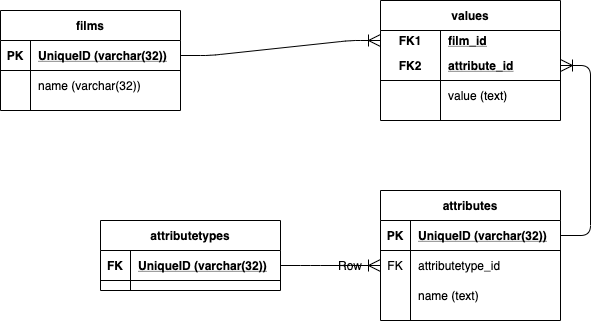
otusteamedu/PHP_2024 keeps this draw.io diagram as Schema.png. Above is the earlier version. Source tidied: cells renumbered, new cells last; positions are measured from the earlier drawing's top-left corner, leaving out a move shared by most shapes.
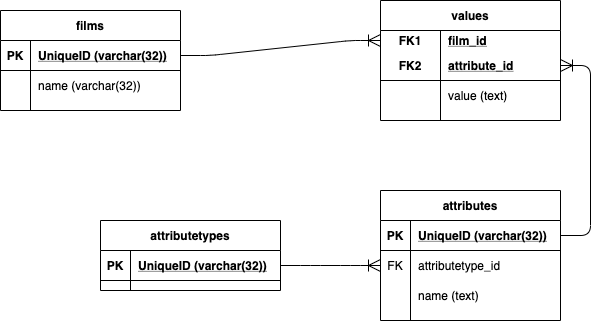
The same file after the commit.

The edit, as a diff of the source:
```diff
@@ -59,7 +59,7 @@
     <mxCell id="20" style="shape=partialRectangle;fillColor=none;top=0;left=0;bottom=1;right=0;points=[[0,0.5],[1,0.5]];portConstraint=eastwest;" parent="19" vertex="1">
       <mxGeometry y="30" width="180" height="30" as="geometry" />
     </mxCell>
-    <mxCell id="21" value="FK" style="shape=partialRectangle;fillColor=none;top=0;left=0;bottom=0;right=0;fontStyle=1;overflow=hidden;" parent="20" vertex="1">
+    <mxCell id="21" value="PK" style="shape=partialRectangle;fillColor=none;top=0;left=0;bottom=0;right=0;fontStyle=1;overflow=hidden;" parent="20" vertex="1">
       <mxGeometry width="30" height="30" as="geometry" />
     </mxCell>
     <mxCell id="22" value="UniqueID (varchar(32))" style="shape=partialRectangle;fillColor=none;top=0;left=0;bottom=0;right=0;align=left;spacingLeft=6;fontStyle=5;overflow=hidden;" parent="20" vertex="1">
@@ -104,17 +104,5 @@
     <mxCell id="35" style="edgeStyle=entityRelationEdgeStyle;fontSize=12;html=1;endArrow=ERoneToMany;exitX=1;exitY=0.5;exitDx=0;exitDy=0;entryX=0;entryY=0.5;entryDx=0;entryDy=0;endSize=10;" parent="1" edge="1" source="20" target="27">
       <mxGeometry relative="1" as="geometry" />
     </mxCell>
-    <mxCell id="36" style="shape=table;startSize=0;rowLines=0;fontStyle=0;align=center;strokeColor=none;fillColor=none;" parent="1" vertex="1">
-      <mxGeometry x="300" y="250" width="180" height="30" as="geometry" />
-    </mxCell>
-    <mxCell id="37" style="shape=partialRectangle;fillColor=none;top=0;left=0;bottom=0;right=0;" parent="36" vertex="1">
-      <mxGeometry width="180" height="30" as="geometry" />
-    </mxCell>
-    <mxCell id="38" style="shape=partialRectangle;fillColor=none;top=0;left=0;bottom=0;right=0;overflow=hidden;" parent="37" vertex="1">
-      <mxGeometry width="30" height="30" as="geometry" />
-    </mxCell>
-    <mxCell id="39" value="Row" style="shape=partialRectangle;fillColor=none;top=0;left=0;bottom=0;right=0;align=left;spacingLeft=6;overflow=hidden;" parent="37" vertex="1">
-      <mxGeometry x="30" width="150" height="30" as="geometry" />
-    </mxCell>
   </root>
 </mxGraphModel>
```
